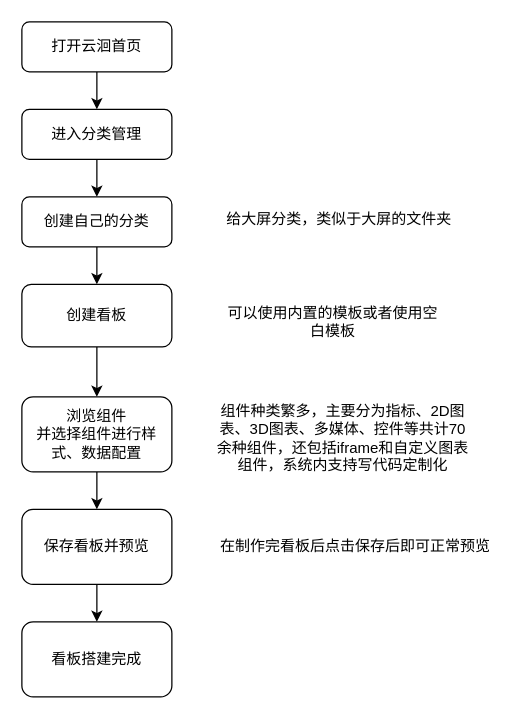
Above: 云洄操作流程图.drawio in kof1290/drawio (draw.io), before the change. Source tidied: cells renumbered, new cells numbered last; positions are measured from the earlier drawing's top-left corner, leaving out a move shared by most shapes. Both pictures are drawn from the tidied source at 125%, with x=0, y=0 at pixel (21, 21).
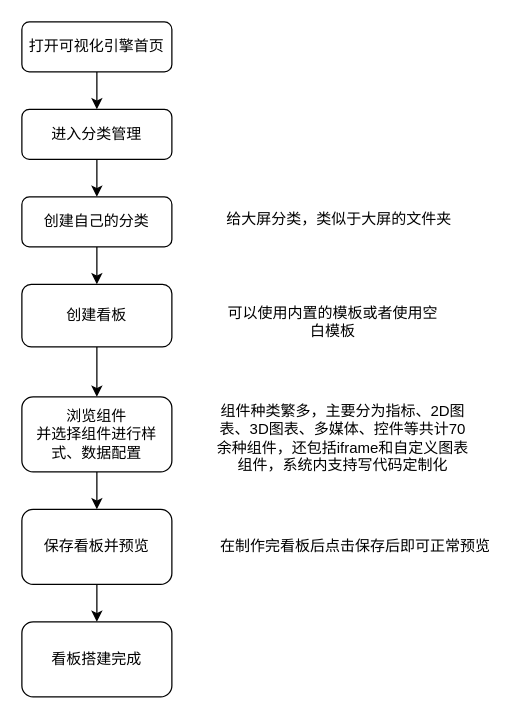
After the change.

Commit message:
更新云洄操作流程图.drawio

What changed in the source:
```diff
@@
 <mxGraphModel>
   <root>
     <mxCell id="0" />
     <mxCell id="1" parent="0" />
     <mxCell id="2" style="edgeStyle=orthogonalEdgeStyle;rounded=0;jettySize=auto;html=1;entryX=0.5;entryY=0;entryDx=0;entryDy=0;" parent="1" edge="1" source="3" target="5">
       <mxGeometry relative="1" as="geometry" />
     </mxCell>
-    <mxCell id="3" value="打开云洄首页" style="rounded=1;whiteSpace=wrap;html=1;fontSize=12;glass=0;strokeWidth=1;shadow=0;" parent="1" vertex="1">
+    <mxCell id="3" value="打开可视化引擎&lt;span style=&quot;background-color: initial;&quot;&gt;首页&lt;/span&gt;" style="rounded=1;whiteSpace=wrap;html=1;fontSize=12;glass=0;strokeWidth=1;shadow=0;" parent="1" vertex="1">
       <mxGeometry width="120" height="40" as="geometry" />
     </mxCell>
     <mxCell id="4" style="edgeStyle=orthogonalEdgeStyle;rounded=0;jettySize=auto;html=1;entryX=0.5;entryY=0;entryDx=0;entryDy=0;" parent="1" edge="1" source="5" target="7">
       <mxGeometry relative="1" as="geometry" />
     </mxCell>
     <mxCell id="5" value="进入分类管理" style="rounded=1;whiteSpace=wrap;html=1;glass=0;strokeWidth=1;shadow=0;" parent="1" vertex="1">
       <mxGeometry y="70" width="120" height="40" as="geometry" />
     </mxCell>
     <mxCell id="6" style="edgeStyle=orthogonalEdgeStyle;rounded=0;jettySize=auto;html=1;" parent="1" edge="1" source="7" target="9">
       <mxGeometry relative="1" as="geometry" />
     </mxCell>
     <mxCell id="7" value="创建自己的分类" style="rounded=1;whiteSpace=wrap;html=1;glass=0;strokeWidth=1;shadow=0;" parent="1" vertex="1">
       <mxGeometry y="140" width="120" height="40" as="geometry" />
     </mxCell>
     <mxCell id="8" style="edgeStyle=orthogonalEdgeStyle;rounded=0;jettySize=auto;html=1;" parent="1" edge="1" source="9" target="11">
       <mxGeometry relative="1" as="geometry" />
     </mxCell>
     <mxCell id="9" value="创建看板" style="whiteSpace=wrap;html=1;rounded=1;glass=0;strokeWidth=1;shadow=0;" parent="1" vertex="1">
       <mxGeometry y="210" width="120" height="50" as="geometry" />
     </mxCell>
     <mxCell id="10" style="edgeStyle=orthogonalEdgeStyle;rounded=0;jettySize=auto;html=1;" parent="1" edge="1" source="11" target="13">
       <mxGeometry relative="1" as="geometry" />
     </mxCell>
     <mxCell id="11" value="浏览组件&lt;br&gt;并选择组件进行样式、数据配置" style="whiteSpace=wrap;html=1;rounded=1;glass=0;strokeWidth=1;shadow=0;" parent="1" vertex="1">
       <mxGeometry y="300" width="120" height="60" as="geometry" />
     </mxCell>
     <mxCell id="12" style="edgeStyle=orthogonalEdgeStyle;rounded=0;jettySize=auto;html=1;" parent="1" edge="1" source="13" target="14">
       <mxGeometry relative="1" as="geometry" />
     </mxCell>
     <mxCell id="13" value="保存看板并预览" style="whiteSpace=wrap;html=1;rounded=1;glass=0;strokeWidth=1;shadow=0;" parent="1" vertex="1">
       <mxGeometry y="390" width="120" height="60" as="geometry" />
     </mxCell>
     <mxCell id="14" value="看板搭建完成" style="whiteSpace=wrap;html=1;rounded=1;glass=0;strokeWidth=1;shadow=0;" parent="1" vertex="1">
       <mxGeometry y="480" width="120" height="60" as="geometry" />
     </mxCell>
     <mxCell id="15" value="给大屏分类，类似于大屏的文件夹" style="text;html=1;strokeColor=none;fillColor=none;align=center;verticalAlign=middle;whiteSpace=wrap;rounded=0;" parent="1" vertex="1">
       <mxGeometry x="159" y="140" width="190" height="35" as="geometry" />
     </mxCell>
     <mxCell id="16" value="可以使用内置的模板或者使用空白模板" style="text;html=1;strokeColor=none;fillColor=none;align=center;verticalAlign=middle;whiteSpace=wrap;rounded=0;" parent="1" vertex="1">
       <mxGeometry x="159" y="222.5" width="180" height="35" as="geometry" />
     </mxCell>
     <mxCell id="17" value="组件种类繁多，主要分为指标、2D图表、3D图表、多媒体、控件等共计70余种组件，还包括iframe和自定义图表组件，系统内支持写代码定制化" style="text;html=1;strokeColor=none;fillColor=none;align=center;verticalAlign=middle;whiteSpace=wrap;rounded=0;" parent="1" vertex="1">
       <mxGeometry x="154" y="295" width="206" height="75" as="geometry" />
     </mxCell>
     <mxCell id="18" value="在制作完看板后点击保存后即可正常预览" style="text;html=1;strokeColor=none;fillColor=none;align=center;verticalAlign=middle;whiteSpace=wrap;rounded=0;" parent="1" vertex="1">
       <mxGeometry x="154" y="392.5" width="226" height="55" as="geometry" />
     </mxCell>
   </root>
 </mxGraphModel>
```
